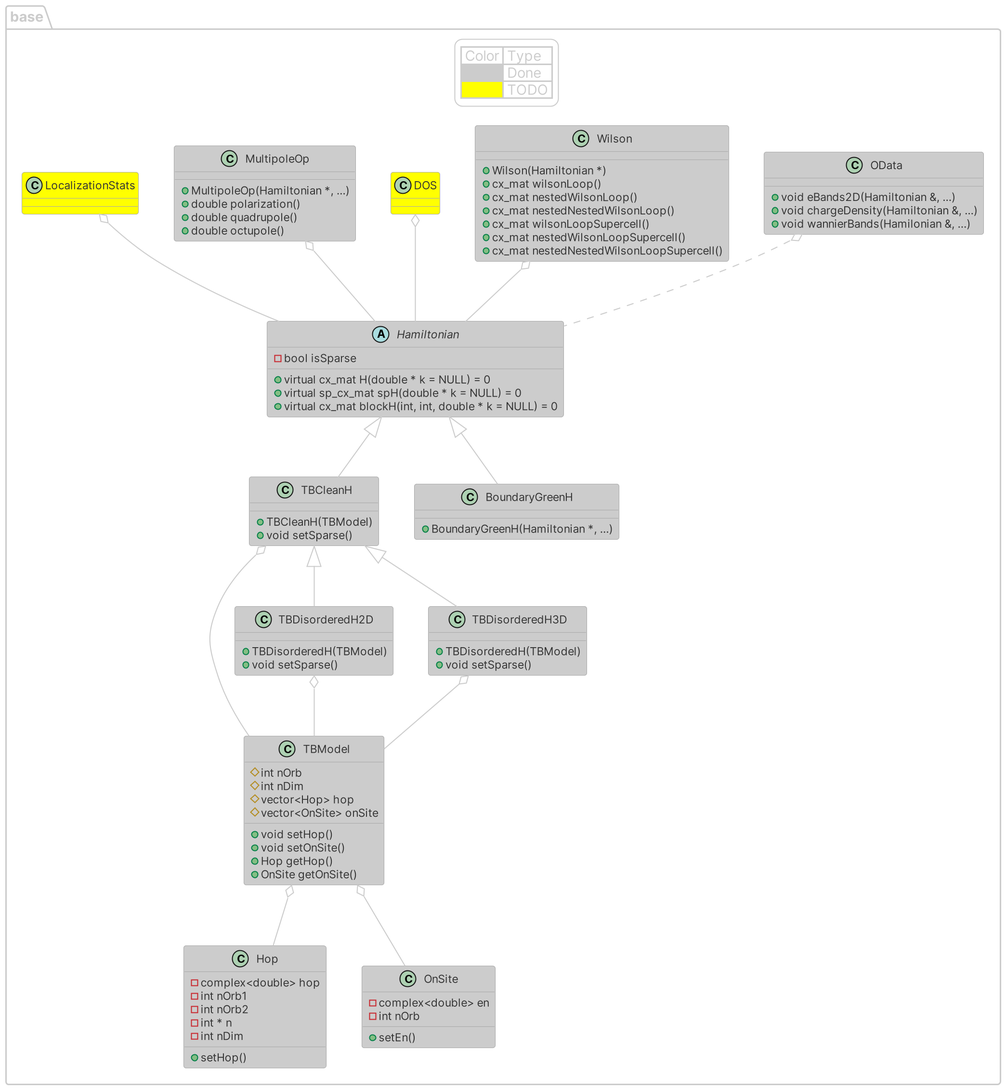
Above: diagram/diagram.png in Hugo-loio/TIM (PlantUML), before the change.
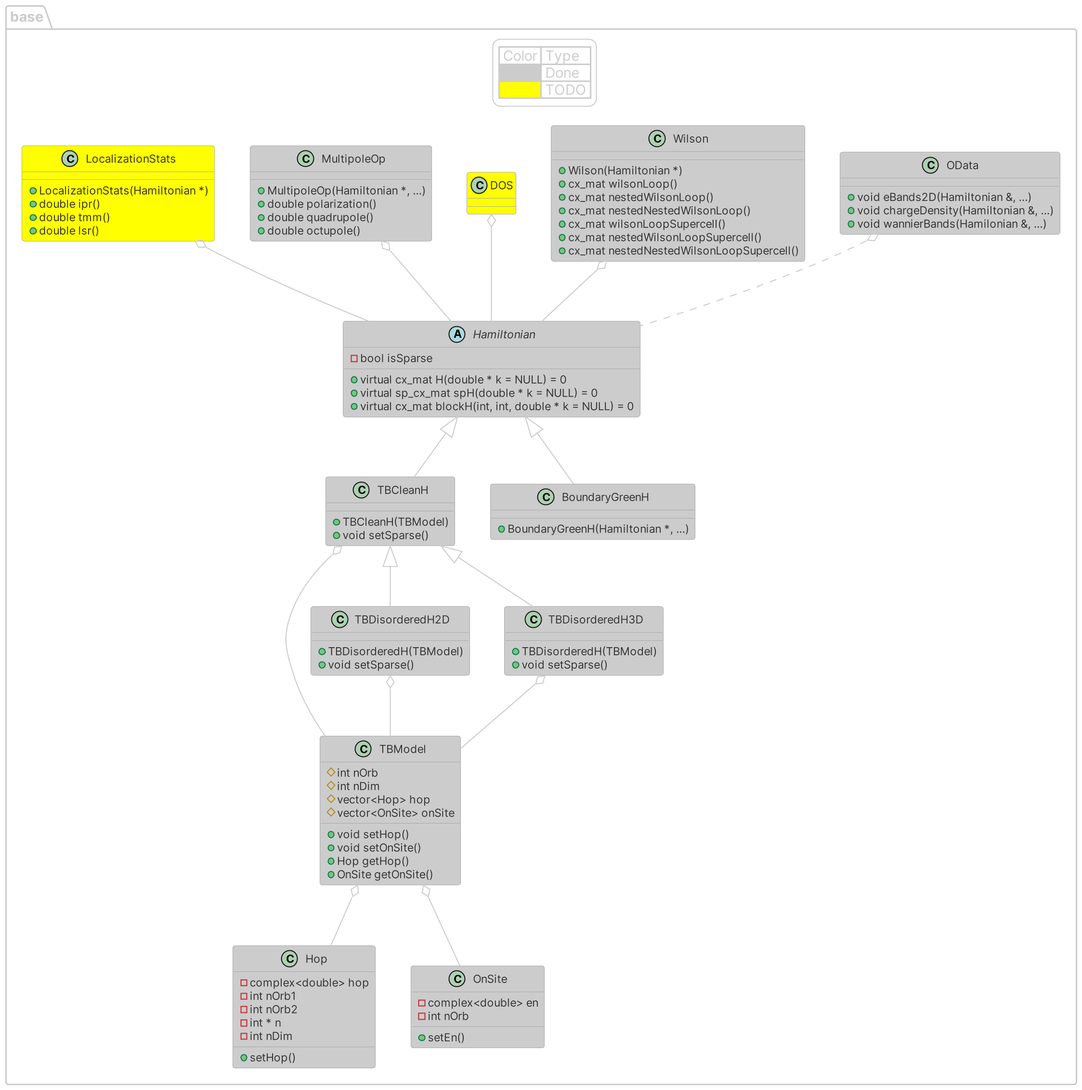
After the change.

Change to the diagram source:
```diff
@@ -66,6 +66,10 @@
 }
 
 class LocalizationStats #yellow{
+  + LocalizationStats(Hamiltonian *)
+  + double ipr()
+  + double tmm()
+  + double lsr()
 }
 
 class TBCleanH{
```
